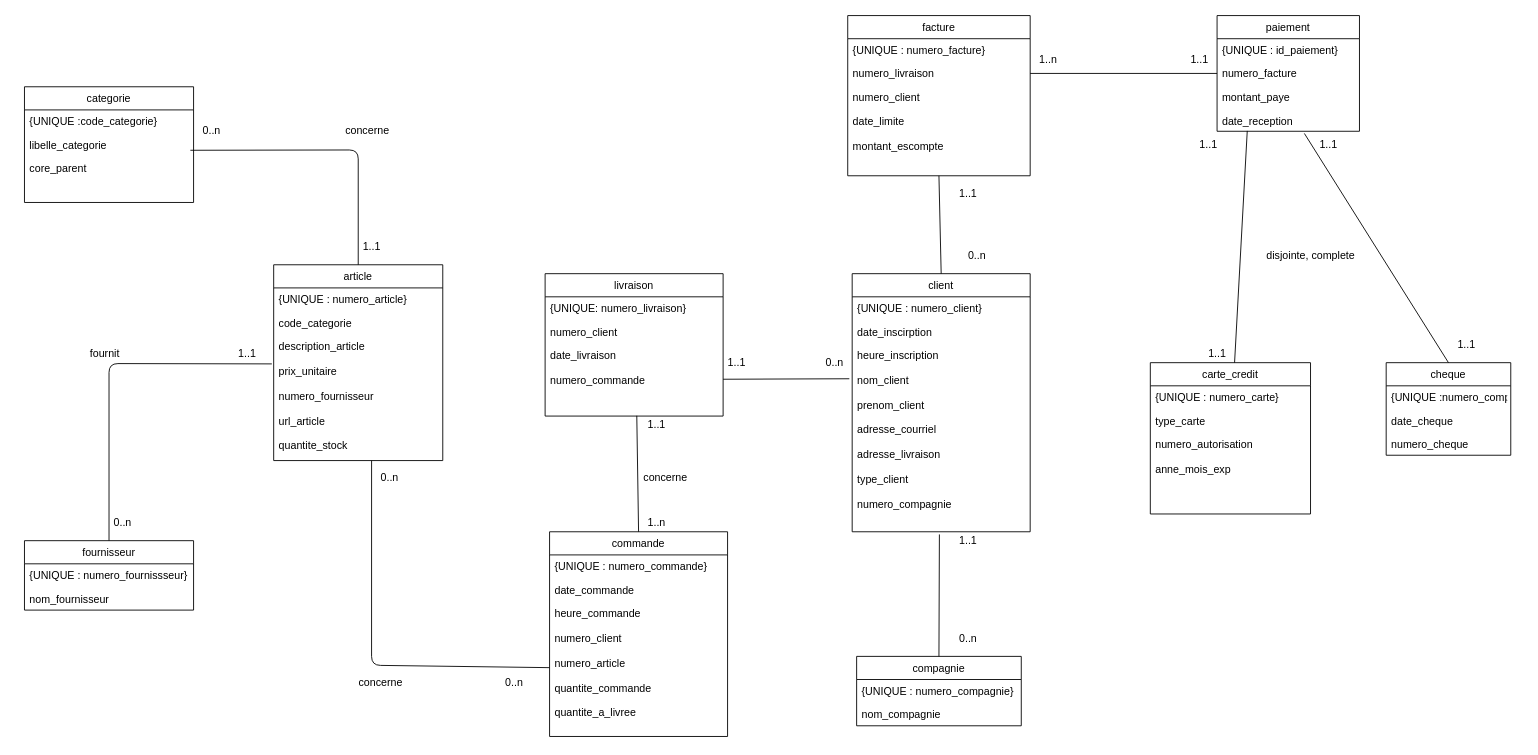
The draw.io diagram Untitled Diagram.drawio in bengattathadjali/MET1110, before the edit. Source tidied: cells renumbered, new cells numbered last; positions are measured from the earlier drawing's top-left corner, leaving out a move shared by most shapes. Both pictures are drawn from the tidied source at 89%, with x=0, y=0 at pixel (24, 15).
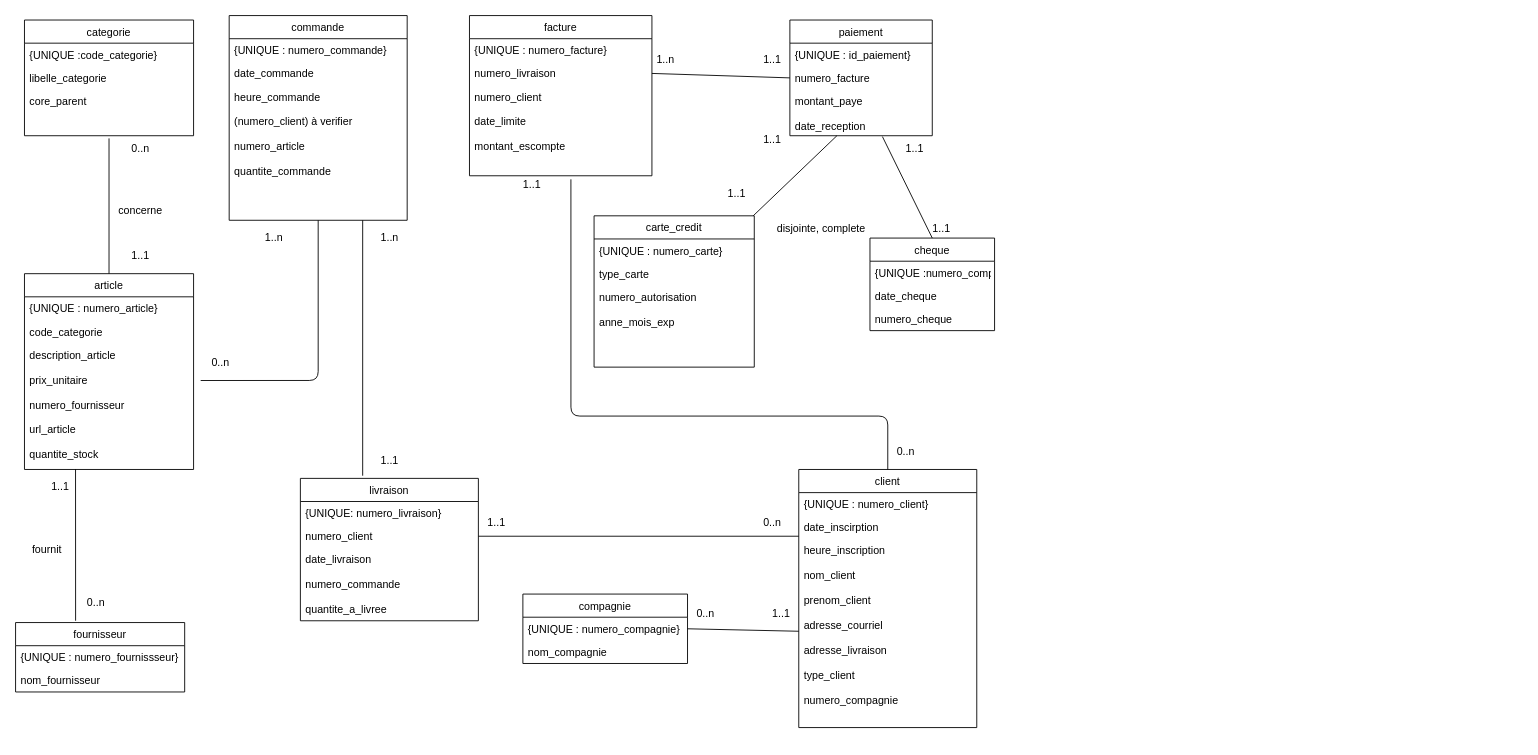
After the change.

Unchanged cells that the change refers to:
```xml
<mxCell id="8" value="description_article&#10;&#10;prix_unitaire&#10;&#10;numero_fournisseur&#10;&#10;url_article&#10;&#10;quantite_stock" style="text;strokeColor=none;fillColor=none;align=left;verticalAlign=top;spacingLeft=4;spacingRight=4;overflow=hidden;points=[[0,0.5],[1,0.5]];portConstraint=eastwest;" parent="5" vertex="1">
  <mxGeometry y="78" width="190" height="142" as="geometry" />
</mxCell>
<mxCell id="12" value="core_parent" style="text;strokeColor=none;fillColor=none;align=left;verticalAlign=top;spacingLeft=4;spacingRight=4;overflow=hidden;points=[[0,0.5],[1,0.5]];portConstraint=eastwest;" parent="9" vertex="1">
  <mxGeometry y="78" width="190" height="52" as="geometry" />
</mxCell>
<mxCell id="24" value="heure_inscription&#10;&#10;nom_client&#10;&#10;prenom_client&#10;&#10;adresse_courriel&#10;&#10;adresse_livraison&#10;&#10;type_client&#10;&#10;numero_compagnie" style="text;strokeColor=none;fillColor=none;align=left;verticalAlign=top;spacingLeft=4;spacingRight=4;overflow=hidden;points=[[0,0.5],[1,0.5]];portConstraint=eastwest;" parent="21" vertex="1">
  <mxGeometry y="78" width="200" height="212" as="geometry" />
</mxCell>
<mxCell id="28" value="numero_client&#10;&#10;date_limite&#10;&#10;montant_escompte" style="text;strokeColor=none;fillColor=none;align=left;verticalAlign=top;spacingLeft=4;spacingRight=4;overflow=hidden;points=[[0,0.5],[1,0.5]];portConstraint=eastwest;" parent="25" vertex="1">
  <mxGeometry y="78" width="205" height="102" as="geometry" />
</mxCell>
<mxCell id="30" value="{UNIQUE : numero_compagnie}" style="text;strokeColor=none;fillColor=none;align=left;verticalAlign=top;spacingLeft=4;spacingRight=4;overflow=hidden;points=[[0,0.5],[1,0.5]];portConstraint=eastwest;" parent="29" vertex="1">
  <mxGeometry y="26" width="185" height="26" as="geometry" />
</mxCell>
<mxCell id="35" value="montant_paye&#10;&#10;date_reception" style="text;strokeColor=none;fillColor=none;align=left;verticalAlign=top;spacingLeft=4;spacingRight=4;overflow=hidden;points=[[0,0.5],[1,0.5]];portConstraint=eastwest;" parent="32" vertex="1">
  <mxGeometry y="78" width="160" height="52" as="geometry" />
</mxCell>
```

Diff of the diagram source:
```diff
@@
     <mxCell id="2" value="fournisseur" style="swimlane;fontStyle=0;horizontal=1;startSize=26;fillColor=none;" parent="1" vertex="1">
-      <mxGeometry y="590" width="190" height="78" as="geometry" />
+      <mxGeometry x="-10" y="682" width="190" height="78" as="geometry" />
     </mxCell>
@@
     <mxCell id="5" value="article" style="swimlane;fontStyle=0;horizontal=1;startSize=26;fillColor=none;" parent="1" vertex="1">
-      <mxGeometry x="280" y="280" width="190" height="220" as="geometry" />
+      <mxGeometry y="290" width="190" height="220" as="geometry" />
     </mxCell>
@@
     <mxCell id="9" value="categorie" style="swimlane;fontStyle=0;horizontal=1;startSize=26;fillColor=none;" parent="1" vertex="1">
-      <mxGeometry y="80" width="190" height="130" as="geometry" />
+      <mxGeometry y="5" width="190" height="130" as="geometry" />
     </mxCell>
@@
     <mxCell id="13" value="livraison" style="swimlane;fontStyle=0;horizontal=1;startSize=26;fillColor=none;" parent="1" vertex="1">
-      <mxGeometry x="585" y="290" width="200" height="160" as="geometry" />
+      <mxGeometry x="310" y="520" width="200" height="160" as="geometry" />
     </mxCell>
@@
-    <mxCell id="16" value="date_livraison&#10;&#10;numero_commande" style="text;strokeColor=none;fillColor=none;align=left;verticalAlign=top;spacingLeft=4;spacingRight=4;overflow=hidden;points=[[0,0.5],[1,0.5]];portConstraint=eastwest;" parent="13" vertex="1">
+    <mxCell id="16" value="date_livraison&#10;&#10;numero_commande&#10;&#10;quantite_a_livree" style="text;strokeColor=none;fillColor=none;align=left;verticalAlign=top;spacingLeft=4;spacingRight=4;overflow=hidden;points=[[0,0.5],[1,0.5]];portConstraint=eastwest;" parent="13" vertex="1">
       <mxGeometry y="78" width="200" height="82" as="geometry" />
     </mxCell>
     <mxCell id="17" value="commande" style="swimlane;fontStyle=0;horizontal=1;startSize=26;fillColor=none;" parent="1" vertex="1">
-      <mxGeometry x="590" y="580" width="200" height="230" as="geometry" />
+      <mxGeometry x="230" width="200" height="230" as="geometry" />
     </mxCell>
@@
-    <mxCell id="20" value="heure_commande&#10;&#10;numero_client&#10;&#10;numero_article&#10;&#10;quantite_commande&#10;&#10;quantite_a_livree" style="text;strokeColor=none;fillColor=none;align=left;verticalAlign=top;spacingLeft=4;spacingRight=4;overflow=hidden;points=[[0,0.5],[1,0.5]];portConstraint=eastwest;" parent="17" vertex="1">
+    <mxCell id="20" value="heure_commande&#10;&#10;(numero_client) à verifier&#10;&#10;numero_article&#10;&#10;quantite_commande&#10;&#10;" style="text;strokeColor=none;fillColor=none;align=left;verticalAlign=top;spacingLeft=4;spacingRight=4;overflow=hidden;points=[[0,0.5],[1,0.5]];portConstraint=eastwest;" parent="17" vertex="1">
       <mxGeometry y="78" width="200" height="152" as="geometry" />
     </mxCell>
     <mxCell id="21" value="client" style="swimlane;fontStyle=0;horizontal=1;startSize=26;fillColor=none;" parent="1" vertex="1">
-      <mxGeometry x="930" y="290" width="200" height="290" as="geometry" />
+      <mxGeometry x="870" y="510" width="200" height="290" as="geometry" />
     </mxCell>
@@
     <mxCell id="25" value="facture" style="swimlane;fontStyle=0;horizontal=1;startSize=26;fillColor=none;" parent="1" vertex="1">
-      <mxGeometry x="925" width="205" height="180" as="geometry" />
+      <mxGeometry x="500" width="205" height="180" as="geometry" />
     </mxCell>
@@
     <mxCell id="29" value="compagnie" style="swimlane;fontStyle=0;horizontal=1;startSize=26;fillColor=none;" parent="1" vertex="1">
-      <mxGeometry x="935" y="720" width="185" height="78" as="geometry" />
+      <mxGeometry x="560" y="650" width="185" height="78" as="geometry" />
     </mxCell>
@@
     <mxCell id="32" value="paiement" style="swimlane;fontStyle=0;horizontal=1;startSize=26;fillColor=none;" parent="1" vertex="1">
-      <mxGeometry x="1340" width="160" height="130" as="geometry" />
+      <mxGeometry x="860" y="5" width="160" height="130" as="geometry" />
     </mxCell>
@@
     <mxCell id="36" value="carte_credit" style="swimlane;fontStyle=0;horizontal=1;startSize=26;fillColor=none;" parent="1" vertex="1">
-      <mxGeometry x="1265" y="390" width="180" height="170" as="geometry" />
+      <mxGeometry x="640" y="225" width="180" height="170" as="geometry" />
     </mxCell>
@@
     <mxCell id="40" value="cheque" style="swimlane;fontStyle=0;horizontal=1;startSize=26;fillColor=none;" parent="1" vertex="1">
-      <mxGeometry x="1530" y="390" width="140" height="104" as="geometry" />
+      <mxGeometry x="950" y="250" width="140" height="104" as="geometry" />
     </mxCell>
@@
-    <mxCell id="44" style="endArrow=none;html=1;exitX=0.981;exitY=-0.128;exitDx=0;exitDy=0;exitPerimeter=0;entryX=0.5;entryY=0;entryDx=0;entryDy=0;" parent="1" edge="1" source="12" target="5">
+    <mxCell id="44" style="endArrow=none;html=1;entryX=0.5;entryY=0;entryDx=0;entryDy=0;" parent="1" edge="1" target="5">
       <mxGeometry relative="1" as="geometry">
-        <Array as="points">
-          <mxPoint x="375" y="151" />
-        </Array>
+        <mxPoint x="95" y="138" as="sourcePoint" />
       </mxGeometry>
     </mxCell>
-    <mxCell id="45" style="endArrow=none;html=1;exitX=-0.011;exitY=0.235;exitDx=0;exitDy=0;exitPerimeter=0;entryX=0.5;entryY=0;entryDx=0;entryDy=0;" parent="1" edge="1" source="8" target="2">
-      <mxGeometry relative="1" as="geometry">
-        <Array as="points">
-          <mxPoint x="95" y="391" />
-        </Array>
-      </mxGeometry>
+    <mxCell id="45" style="endArrow=none;html=1;exitX=0.302;exitY=0.998;exitDx=0;exitDy=0;exitPerimeter=0;entryX=0.355;entryY=-0.026;entryDx=0;entryDy=0;entryPerimeter=0;" parent="1" edge="1" source="8" target="2">
+      <mxGeometry relative="1" as="geometry" />
     </mxCell>
-    <mxCell id="46" style="endArrow=none;html=1;entryX=0.579;entryY=1;entryDx=0;entryDy=0;entryPerimeter=0;" parent="1" edge="1" source="20" target="8">
+    <mxCell id="46" style="endArrow=none;html=1;entryX=1.042;entryY=0.296;entryDx=0;entryDy=0;entryPerimeter=0;" parent="1" edge="1" source="20" target="8">
       <mxGeometry relative="1" as="geometry">
         <Array as="points">
-          <mxPoint x="390" y="730" />
+          <mxPoint x="330" y="410" />
         </Array>
       </mxGeometry>
     </mxCell>
-    <mxCell id="47" style="endArrow=none;html=1;entryX=0.515;entryY=0.996;entryDx=0;entryDy=0;entryPerimeter=0;exitX=0.5;exitY=0;exitDx=0;exitDy=0;" parent="1" edge="1" source="17" target="16">
-      <mxGeometry relative="1" as="geometry" />
+    <mxCell id="47" style="endArrow=none;html=1;exitX=0.75;exitY=1;exitDx=0;exitDy=0;" parent="1" edge="1" source="17">
+      <mxGeometry relative="1" as="geometry">
+        <mxPoint x="380" y="517" as="targetPoint" />
+      </mxGeometry>
     </mxCell>
-    <mxCell id="48" style="endArrow=none;html=1;exitX=-0.016;exitY=0.189;exitDx=0;exitDy=0;exitPerimeter=0;" parent="1" edge="1" source="24" target="16">
-      <mxGeometry relative="1" as="geometry" />
+    <mxCell id="48" style="endArrow=none;html=1;" parent="1" edge="1">
+      <mxGeometry relative="1" as="geometry">
+        <mxPoint x="870" y="585" as="sourcePoint" />
+        <mxPoint x="510" y="585" as="targetPoint" />
+      </mxGeometry>
     </mxCell>
-    <mxCell id="49" style="endArrow=none;html=1;exitX=0.5;exitY=1;exitDx=0;exitDy=0;exitPerimeter=0;entryX=0.5;entryY=0;entryDx=0;entryDy=0;" parent="1" edge="1" source="28" target="21">
-      <mxGeometry relative="1" as="geometry" />
+    <mxCell id="49" style="endArrow=none;html=1;entryX=0.5;entryY=0;entryDx=0;entryDy=0;exitX=0.556;exitY=1.039;exitDx=0;exitDy=0;exitPerimeter=0;" parent="1" edge="1" source="28" target="21">
+      <mxGeometry relative="1" as="geometry">
+        <Array as="points">
+          <mxPoint x="614" y="450" />
+          <mxPoint x="970" y="450" />
+        </Array>
+      </mxGeometry>
     </mxCell>
@@
-    <mxCell id="51" style="endArrow=none;html=1;exitX=0.212;exitY=0.992;exitDx=0;exitDy=0;exitPerimeter=0;" parent="1" edge="1" source="35" target="36">
+    <mxCell id="51" style="endArrow=none;html=1;" parent="1" edge="1" source="35" target="36">
       <mxGeometry relative="1" as="geometry" />
     </mxCell>
-    <mxCell id="52" style="endArrow=none;html=1;entryX=0.5;entryY=0;entryDx=0;entryDy=0;exitX=0.613;exitY=1.047;exitDx=0;exitDy=0;exitPerimeter=0;" parent="1" edge="1" source="35" target="40">
+    <mxCell id="52" style="endArrow=none;html=1;exitX=0.65;exitY=1.019;exitDx=0;exitDy=0;exitPerimeter=0;entryX=0.5;entryY=0;entryDx=0;entryDy=0;" parent="1" edge="1" source="35" target="40">
       <mxGeometry relative="1" as="geometry" />
     </mxCell>
     <mxCell id="53" value="1..1" style="text;html=1;align=center;verticalAlign=middle;" parent="1" vertex="1">
-      <mxGeometry x="370" y="250" width="40" height="20" as="geometry" />
+      <mxGeometry x="110" y="260" width="40" height="20" as="geometry" />
     </mxCell>
     <mxCell id="54" value="0..n" style="text;html=1;align=center;verticalAlign=middle;" parent="1" vertex="1">
-      <mxGeometry x="190" y="120" width="40" height="20" as="geometry" />
+      <mxGeometry x="110" y="140" width="40" height="20" as="geometry" />
     </mxCell>
     <mxCell id="55" value="concerne" style="text;html=1;align=center;verticalAlign=middle;" parent="1" vertex="1">
-      <mxGeometry x="355" y="120" width="60" height="20" as="geometry" />
+      <mxGeometry x="100" y="210" width="60" height="20" as="geometry" />
     </mxCell>
     <mxCell id="56" value="fournit" style="text;html=1;align=center;verticalAlign=middle;" parent="1" vertex="1">
-      <mxGeometry x="65" y="370" width="50" height="20" as="geometry" />
+      <mxGeometry y="590" width="50" height="20" as="geometry" />
     </mxCell>
     <mxCell id="57" value="0..n" style="text;html=1;align=center;verticalAlign=middle;" parent="1" vertex="1">
-      <mxGeometry x="90" y="560" width="40" height="20" as="geometry" />
+      <mxGeometry x="60" y="650" width="40" height="20" as="geometry" />
     </mxCell>
     <mxCell id="58" value="1..1" style="text;html=1;align=center;verticalAlign=middle;" parent="1" vertex="1">
-      <mxGeometry x="230" y="370" width="40" height="20" as="geometry" />
+      <mxGeometry x="20" y="520" width="40" height="20" as="geometry" />
     </mxCell>
-    <mxCell id="59" value="0..n" style="text;html=1;align=center;verticalAlign=middle;" parent="1" vertex="1">
-      <mxGeometry x="530" y="740" width="40" height="20" as="geometry" />
-    </mxCell>
     <mxCell id="60" value="0..n" style="text;html=1;align=center;verticalAlign=middle;" parent="1" vertex="1">
-      <mxGeometry x="390" y="510" width="40" height="20" as="geometry" />
+      <mxGeometry x="200" y="380" width="40" height="20" as="geometry" />
     </mxCell>
-    <mxCell id="61" value="concerne" style="text;html=1;align=center;verticalAlign=middle;" parent="1" vertex="1">
-      <mxGeometry x="370" y="740" width="60" height="20" as="geometry" />
-    </mxCell>
-    <mxCell id="62" value="1..1" style="text;html=1;align=center;verticalAlign=middle;" parent="1" vertex="1">
-      <mxGeometry x="690" y="450" width="40" height="20" as="geometry" />
-    </mxCell>
-    <mxCell id="63" value="1..n" style="text;html=1;align=center;verticalAlign=middle;" parent="1" vertex="1">
-      <mxGeometry x="690" y="560" width="40" height="20" as="geometry" />
-    </mxCell>
-    <mxCell id="64" value="concerne" style="text;html=1;align=center;verticalAlign=middle;" parent="1" vertex="1">
-      <mxGeometry x="690" y="510" width="60" height="20" as="geometry" />
-    </mxCell>
-    <mxCell id="65" value="1..1" style="text;html=1;align=center;verticalAlign=middle;" parent="1" vertex="1">
-      <mxGeometry x="780" y="380" width="40" height="20" as="geometry" />
-    </mxCell>
-    <mxCell id="66" value="0..n" style="text;html=1;align=center;verticalAlign=middle;" parent="1" vertex="1">
-      <mxGeometry x="890" y="380" width="40" height="20" as="geometry" />
-    </mxCell>
-    <mxCell id="67" value="1..1" style="text;html=1;align=center;verticalAlign=middle;" parent="1" vertex="1">
-      <mxGeometry x="1040" y="190" width="40" height="20" as="geometry" />
-    </mxCell>
-    <mxCell id="68" value="0..n" style="text;html=1;align=center;verticalAlign=middle;" parent="1" vertex="1">
-      <mxGeometry x="1050" y="260" width="40" height="20" as="geometry" />
-    </mxCell>
-    <mxCell id="69" style="endArrow=none;html=1;exitX=0.5;exitY=0;exitDx=0;exitDy=0;" parent="1" edge="1" source="29">
-      <mxGeometry relative="1" as="geometry">
-        <mxPoint x="1028" y="583" as="targetPoint" />
-      </mxGeometry>
+    <mxCell id="69" style="endArrow=none;html=1;exitX=1;exitY=0.5;exitDx=0;exitDy=0;" parent="1" edge="1" source="30" target="24">
+      <mxGeometry relative="1" as="geometry" />
     </mxCell>
-    <mxCell id="70" value="0..n" style="text;html=1;align=center;verticalAlign=middle;" parent="1" vertex="1">
-      <mxGeometry x="1040" y="690" width="40" height="20" as="geometry" />
-    </mxCell>
-    <mxCell id="71" value="1..1" style="text;html=1;align=center;verticalAlign=middle;" parent="1" vertex="1">
-      <mxGeometry x="1040" y="580" width="40" height="20" as="geometry" />
-    </mxCell>
-    <mxCell id="72" value="1..n" style="text;html=1;align=center;verticalAlign=middle;" parent="1" vertex="1">
-      <mxGeometry x="1130" y="40" width="40" height="20" as="geometry" />
-    </mxCell>
-    <mxCell id="73" value="1..1" style="text;html=1;align=center;verticalAlign=middle;" parent="1" vertex="1">
-      <mxGeometry x="1300" y="40" width="40" height="20" as="geometry" />
-    </mxCell>
-    <mxCell id="74" value="1..1" style="text;html=1;align=center;verticalAlign=middle;" parent="1" vertex="1">
-      <mxGeometry x="1310" y="135" width="40" height="20" as="geometry" />
-    </mxCell>
-    <mxCell id="75" value="1..1" style="text;html=1;align=center;verticalAlign=middle;" parent="1" vertex="1">
-      <mxGeometry x="1320" y="370" width="40" height="20" as="geometry" />
-    </mxCell>
-    <mxCell id="76" value="1..1" style="text;html=1;align=center;verticalAlign=middle;" parent="1" vertex="1">
-      <mxGeometry x="1600" y="360" width="40" height="20" as="geometry" />
-    </mxCell>
     <mxCell id="77" value="disjointe, complete" style="text;html=1;align=center;verticalAlign=middle;" parent="1" vertex="1">
-      <mxGeometry x="1390" y="260" width="110" height="20" as="geometry" />
+      <mxGeometry x="840" y="230" width="110" height="20" as="geometry" />
     </mxCell>
-    <mxCell id="78" value="1..1" style="text;html=1;align=center;verticalAlign=middle;" parent="1" vertex="1">
-      <mxGeometry x="1445" y="135" width="40" height="20" as="geometry" />
-    </mxCell>
+    <mxCell id="79" value="1..n" style="text;html=1;align=center;verticalAlign=middle;" parent="1" vertex="1">
+      <mxGeometry x="260" y="240" width="40" height="20" as="geometry" />
+    </mxCell>
+    <mxCell id="80" value="1..n" style="text;html=1;align=center;verticalAlign=middle;" parent="1" vertex="1">
+      <mxGeometry x="390" y="240" width="40" height="20" as="geometry" />
+    </mxCell>
+    <mxCell id="81" value="1..1" style="text;html=1;align=center;verticalAlign=middle;" parent="1" vertex="1">
+      <mxGeometry x="390" y="490" width="40" height="20" as="geometry" />
+    </mxCell>
+    <mxCell id="82" value="1..1" style="text;html=1;align=center;verticalAlign=middle;" parent="1" vertex="1">
+      <mxGeometry x="510" y="560" width="40" height="20" as="geometry" />
+    </mxCell>
+    <mxCell id="83" value="0..n" style="text;html=1;align=center;verticalAlign=middle;" parent="1" vertex="1">
+      <mxGeometry x="820" y="560" width="40" height="20" as="geometry" />
+    </mxCell>
+    <mxCell id="84" value="0..n" style="text;html=1;align=center;verticalAlign=middle;" parent="1" vertex="1">
+      <mxGeometry x="745" y="662" width="40" height="20" as="geometry" />
+    </mxCell>
+    <mxCell id="85" value="1..1" style="text;html=1;align=center;verticalAlign=middle;" parent="1" vertex="1">
+      <mxGeometry x="830" y="662" width="40" height="20" as="geometry" />
+    </mxCell>
+    <mxCell id="86" value="0..n" style="text;html=1;align=center;verticalAlign=middle;" parent="1" vertex="1">
+      <mxGeometry x="970" y="480" width="40" height="20" as="geometry" />
+    </mxCell>
+    <mxCell id="87" value="1..1" style="text;html=1;align=center;verticalAlign=middle;" parent="1" vertex="1">
+      <mxGeometry x="550" y="180" width="40" height="20" as="geometry" />
+    </mxCell>
+    <mxCell id="88" value="1..n" style="text;html=1;align=center;verticalAlign=middle;" parent="1" vertex="1">
+      <mxGeometry x="700" y="40" width="40" height="20" as="geometry" />
+    </mxCell>
+    <mxCell id="89" value="1..1" style="text;html=1;align=center;verticalAlign=middle;" parent="1" vertex="1">
+      <mxGeometry x="820" y="40" width="40" height="20" as="geometry" />
+    </mxCell>
+    <mxCell id="90" value="1..1" style="text;html=1;align=center;verticalAlign=middle;" parent="1" vertex="1">
+      <mxGeometry x="980" y="140" width="40" height="20" as="geometry" />
+    </mxCell>
+    <mxCell id="91" value="1..1" style="text;html=1;align=center;verticalAlign=middle;" parent="1" vertex="1">
+      <mxGeometry x="1010" y="230" width="40" height="20" as="geometry" />
+    </mxCell>
+    <mxCell id="92" value="1..1" style="text;html=1;align=center;verticalAlign=middle;" parent="1" vertex="1">
+      <mxGeometry x="820" y="130" width="40" height="20" as="geometry" />
+    </mxCell>
+    <mxCell id="93" value="1..1" style="text;html=1;align=center;verticalAlign=middle;" parent="1" vertex="1">
+      <mxGeometry x="780" y="190" width="40" height="20" as="geometry" />
+    </mxCell>
```
